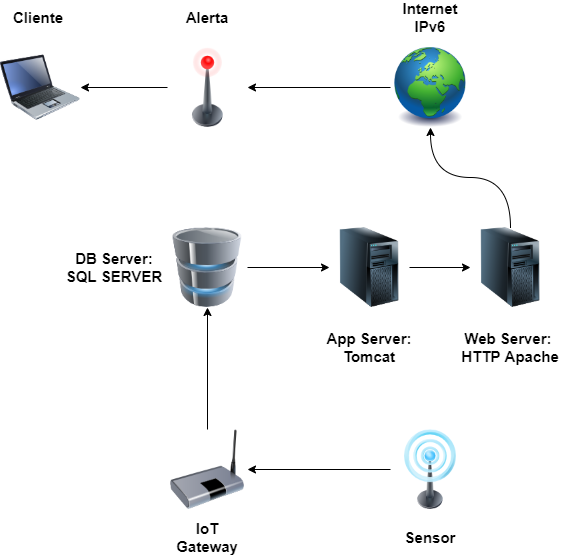
Before: img/A2.3 - 2.5.png, a diagram exported from draw.io (durantrejo/Analisis_Avanzado_Software). Source tidied: cells renumbered, new cells last; positions are measured from the earlier drawing's top-left corner, leaving out a move shared by most shapes. The source it was exported from:
```xml
<mxGraphModel>
  <root>
    <mxCell id="0" />
    <mxCell id="1" parent="0" />
    <mxCell id="2" value="&lt;font style=&quot;font-size: 15px&quot;&gt;&lt;b&gt;Internet IPv6&lt;/b&gt;&lt;/font&gt;" style="text;html=1;strokeColor=none;fillColor=none;align=center;verticalAlign=middle;whiteSpace=wrap;rounded=0;" parent="1" vertex="1">
      <mxGeometry x="390" width="80" height="20" as="geometry" />
    </mxCell>
    <mxCell id="3" value="&lt;b&gt;&lt;font style=&quot;font-size: 15px&quot;&gt;Web Server:&amp;nbsp; HTTP Apache&lt;/font&gt;&lt;/b&gt;" style="text;html=1;strokeColor=none;fillColor=none;align=center;verticalAlign=middle;whiteSpace=wrap;rounded=0;" parent="1" vertex="1">
      <mxGeometry x="460" y="330" width="100" height="20" as="geometry" />
    </mxCell>
    <mxCell id="4" value="&lt;font style=&quot;font-size: 15px&quot;&gt;&lt;b&gt;Alerta&lt;/b&gt;&lt;/font&gt;" style="text;html=1;strokeColor=none;fillColor=none;align=center;verticalAlign=middle;whiteSpace=wrap;rounded=0;" parent="1" vertex="1">
      <mxGeometry x="187" width="40" height="20" as="geometry" />
    </mxCell>
    <mxCell id="5" value="&lt;b&gt;&lt;font style=&quot;font-size: 15px&quot;&gt;Sensor&lt;/font&gt;&lt;/b&gt;" style="text;html=1;strokeColor=none;fillColor=none;align=center;verticalAlign=middle;whiteSpace=wrap;rounded=0;" parent="1" vertex="1">
      <mxGeometry x="395" y="520" width="70" height="20" as="geometry" />
    </mxCell>
    <mxCell id="6" value="&lt;font style=&quot;font-size: 15px&quot;&gt;&lt;b&gt;Cliente&lt;/b&gt;&lt;/font&gt;" style="text;html=1;strokeColor=none;fillColor=none;align=center;verticalAlign=middle;whiteSpace=wrap;rounded=0;" parent="1" vertex="1">
      <mxGeometry x="18" width="40" height="20" as="geometry" />
    </mxCell>
    <mxCell id="7" value="&lt;font style=&quot;font-size: 15px&quot;&gt;&lt;b&gt;DB Server: SQL SERVER&lt;/b&gt;&lt;/font&gt;" style="text;html=1;strokeColor=none;fillColor=none;align=center;verticalAlign=middle;whiteSpace=wrap;rounded=0;" parent="1" vertex="1">
      <mxGeometry x="58" y="245" width="112" height="30" as="geometry" />
    </mxCell>
    <mxCell id="8" style="edgeStyle=orthogonalEdgeStyle;rounded=0;jettySize=auto;html=1;entryX=0;entryY=0.5;entryDx=0;entryDy=0;" parent="1" edge="1" source="9" target="18">
      <mxGeometry relative="1" as="geometry" />
    </mxCell>
    <mxCell id="9" style="image;html=1;image=img/lib/clip_art/computers/Database_128x128.png;" parent="1" vertex="1">
      <mxGeometry x="167" y="220" width="80" height="80" as="geometry" />
    </mxCell>
    <mxCell id="10" style="edgeStyle=orthogonalEdgeStyle;rounded=0;jettySize=auto;html=1;entryX=0.5;entryY=1;entryDx=0;entryDy=0;" parent="1" edge="1" source="11" target="9">
      <mxGeometry relative="1" as="geometry" />
    </mxCell>
    <mxCell id="11" style="image;html=1;image=img/lib/clip_art/networking/Bridge_128x128.png;" parent="1" vertex="1">
      <mxGeometry x="167" y="422" width="80" height="80" as="geometry" />
    </mxCell>
    <mxCell id="12" style="edgeStyle=orthogonalEdgeStyle;rounded=0;jettySize=auto;html=1;" parent="1" edge="1" source="13" target="11">
      <mxGeometry relative="1" as="geometry" />
    </mxCell>
    <mxCell id="13" style="image;html=1;image=img/lib/clip_art/telecommunication/Signal_tower_on_128x128.png;" parent="1" vertex="1">
      <mxGeometry x="390" y="422" width="80" height="80" as="geometry" />
    </mxCell>
    <mxCell id="14" value="&lt;span style=&quot;font-size: 15px&quot;&gt;&lt;b&gt;IoT Gateway&lt;/b&gt;&lt;/span&gt;" style="text;html=1;strokeColor=none;fillColor=none;align=center;verticalAlign=middle;whiteSpace=wrap;rounded=0;" parent="1" vertex="1">
      <mxGeometry x="172" y="520" width="70" height="20" as="geometry" />
    </mxCell>
    <mxCell id="15" style="edgeStyle=orthogonalEdgeStyle;curved=1;rounded=0;jettySize=auto;html=1;entryX=1;entryY=0.5;entryDx=0;entryDy=0;" parent="1" edge="1" source="16" target="24">
      <mxGeometry relative="1" as="geometry" />
    </mxCell>
    <mxCell id="16" style="image;html=1;image=img/lib/clip_art/general/Earth_globe_128x128.png;" parent="1" vertex="1">
      <mxGeometry x="390" y="40" width="80" height="80" as="geometry" />
    </mxCell>
    <mxCell id="17" style="edgeStyle=orthogonalEdgeStyle;rounded=0;jettySize=auto;html=1;entryX=0;entryY=0.5;entryDx=0;entryDy=0;" parent="1" edge="1" source="18" target="20">
      <mxGeometry relative="1" as="geometry" />
    </mxCell>
    <mxCell id="18" style="image;html=1;image=img/lib/clip_art/computers/Server_Tower_128x128.png;" parent="1" vertex="1">
      <mxGeometry x="329" y="220" width="80" height="80" as="geometry" />
    </mxCell>
    <mxCell id="19" style="edgeStyle=orthogonalEdgeStyle;rounded=0;jettySize=auto;html=1;entryX=0.5;entryY=1;entryDx=0;entryDy=0;curved=1;" parent="1" edge="1" source="20" target="16">
      <mxGeometry relative="1" as="geometry" />
    </mxCell>
    <mxCell id="20" style="image;html=1;image=img/lib/clip_art/computers/Server_Tower_128x128.png;" parent="1" vertex="1">
      <mxGeometry x="470" y="220" width="80" height="80" as="geometry" />
    </mxCell>
    <mxCell id="21" value="&lt;b&gt;&lt;font style=&quot;font-size: 15px&quot;&gt;App Server: Tomcat&lt;/font&gt;&lt;/b&gt;" style="text;html=1;strokeColor=none;fillColor=none;align=center;verticalAlign=middle;whiteSpace=wrap;rounded=0;" parent="1" vertex="1">
      <mxGeometry x="319" y="330" width="100" height="20" as="geometry" />
    </mxCell>
    <mxCell id="22" style="image;html=1;image=img/lib/clip_art/computers/Laptop_128x128.png;" parent="1" vertex="1">
      <mxGeometry y="40" width="80" height="80" as="geometry" />
    </mxCell>
    <mxCell id="23" style="edgeStyle=orthogonalEdgeStyle;curved=1;rounded=0;jettySize=auto;html=1;entryX=1;entryY=0.5;entryDx=0;entryDy=0;" parent="1" edge="1" source="24" target="22">
      <mxGeometry relative="1" as="geometry" />
    </mxCell>
    <mxCell id="24" style="image;html=1;image=img/lib/clip_art/telecommunication/Signal_tower_off_128x128.png;" parent="1" vertex="1">
      <mxGeometry x="167" y="40" width="80" height="80" as="geometry" />
    </mxCell>
  </root>
</mxGraphModel>
```
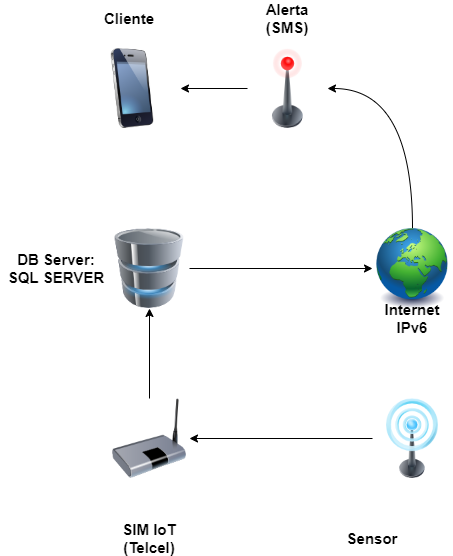
After the change.

Diff of the diagram source:
```diff
@@ -3,24 +3,21 @@
     <mxCell id="0" />
     <mxCell id="1" parent="0" />
     <mxCell id="2" value="&lt;font style=&quot;font-size: 15px&quot;&gt;&lt;b&gt;Internet IPv6&lt;/b&gt;&lt;/font&gt;" style="text;html=1;strokeColor=none;fillColor=none;align=center;verticalAlign=middle;whiteSpace=wrap;rounded=0;" parent="1" vertex="1">
-      <mxGeometry x="390" width="80" height="20" as="geometry" />
+      <mxGeometry x="430" y="300" width="80" height="20" as="geometry" />
     </mxCell>
-    <mxCell id="3" value="&lt;b&gt;&lt;font style=&quot;font-size: 15px&quot;&gt;Web Server:&amp;nbsp; HTTP Apache&lt;/font&gt;&lt;/b&gt;" style="text;html=1;strokeColor=none;fillColor=none;align=center;verticalAlign=middle;whiteSpace=wrap;rounded=0;" parent="1" vertex="1">
-      <mxGeometry x="460" y="330" width="100" height="20" as="geometry" />
-    </mxCell>
-    <mxCell id="4" value="&lt;font style=&quot;font-size: 15px&quot;&gt;&lt;b&gt;Alerta&lt;/b&gt;&lt;/font&gt;" style="text;html=1;strokeColor=none;fillColor=none;align=center;verticalAlign=middle;whiteSpace=wrap;rounded=0;" parent="1" vertex="1">
-      <mxGeometry x="187" width="40" height="20" as="geometry" />
+    <mxCell id="4" value="&lt;font style=&quot;font-size: 15px&quot;&gt;&lt;b&gt;Alerta (SMS)&lt;/b&gt;&lt;/font&gt;" style="text;html=1;strokeColor=none;fillColor=none;align=center;verticalAlign=middle;whiteSpace=wrap;rounded=0;" parent="1" vertex="1">
+      <mxGeometry x="325" width="40" height="20" as="geometry" />
     </mxCell>
     <mxCell id="5" value="&lt;b&gt;&lt;font style=&quot;font-size: 15px&quot;&gt;Sensor&lt;/font&gt;&lt;/b&gt;" style="text;html=1;strokeColor=none;fillColor=none;align=center;verticalAlign=middle;whiteSpace=wrap;rounded=0;" parent="1" vertex="1">
       <mxGeometry x="395" y="520" width="70" height="20" as="geometry" />
     </mxCell>
     <mxCell id="6" value="&lt;font style=&quot;font-size: 15px&quot;&gt;&lt;b&gt;Cliente&lt;/b&gt;&lt;/font&gt;" style="text;html=1;strokeColor=none;fillColor=none;align=center;verticalAlign=middle;whiteSpace=wrap;rounded=0;" parent="1" vertex="1">
-      <mxGeometry x="18" width="40" height="20" as="geometry" />
+      <mxGeometry x="167" width="40" height="20" as="geometry" />
     </mxCell>
     <mxCell id="7" value="&lt;font style=&quot;font-size: 15px&quot;&gt;&lt;b&gt;DB Server: SQL SERVER&lt;/b&gt;&lt;/font&gt;" style="text;html=1;strokeColor=none;fillColor=none;align=center;verticalAlign=middle;whiteSpace=wrap;rounded=0;" parent="1" vertex="1">
       <mxGeometry x="58" y="245" width="112" height="30" as="geometry" />
     </mxCell>
-    <mxCell id="8" style="edgeStyle=orthogonalEdgeStyle;rounded=0;jettySize=auto;html=1;entryX=0;entryY=0.5;entryDx=0;entryDy=0;" parent="1" edge="1" source="9" target="18">
+    <mxCell id="8" style="edgeStyle=orthogonalEdgeStyle;rounded=0;jettySize=auto;html=1;entryX=0;entryY=0.5;entryDx=0;entryDy=0;" parent="1" edge="1" source="9" target="16">
       <mxGeometry relative="1" as="geometry" />
     </mxCell>
     <mxCell id="9" style="image;html=1;image=img/lib/clip_art/computers/Database_128x128.png;" parent="1" vertex="1">
@@ -30,46 +27,33 @@
       <mxGeometry relative="1" as="geometry" />
     </mxCell>
     <mxCell id="11" style="image;html=1;image=img/lib/clip_art/networking/Bridge_128x128.png;" parent="1" vertex="1">
-      <mxGeometry x="167" y="422" width="80" height="80" as="geometry" />
+      <mxGeometry x="167" y="390" width="80" height="80" as="geometry" />
     </mxCell>
     <mxCell id="12" style="edgeStyle=orthogonalEdgeStyle;rounded=0;jettySize=auto;html=1;" parent="1" edge="1" source="13" target="11">
       <mxGeometry relative="1" as="geometry" />
     </mxCell>
     <mxCell id="13" style="image;html=1;image=img/lib/clip_art/telecommunication/Signal_tower_on_128x128.png;" parent="1" vertex="1">
-      <mxGeometry x="390" y="422" width="80" height="80" as="geometry" />
+      <mxGeometry x="430" y="390" width="80" height="80" as="geometry" />
     </mxCell>
-    <mxCell id="14" value="&lt;span style=&quot;font-size: 15px&quot;&gt;&lt;b&gt;IoT Gateway&lt;/b&gt;&lt;/span&gt;" style="text;html=1;strokeColor=none;fillColor=none;align=center;verticalAlign=middle;whiteSpace=wrap;rounded=0;" parent="1" vertex="1">
-      <mxGeometry x="172" y="520" width="70" height="20" as="geometry" />
+    <mxCell id="14" value="&lt;span style=&quot;font-size: 15px&quot;&gt;&lt;b&gt;SIM IoT (Telcel)&lt;/b&gt;&lt;/span&gt;" style="text;html=1;strokeColor=none;fillColor=none;align=center;verticalAlign=middle;whiteSpace=wrap;rounded=0;" parent="1" vertex="1">
+      <mxGeometry x="158" y="520" width="98" height="20" as="geometry" />
     </mxCell>
-    <mxCell id="15" style="edgeStyle=orthogonalEdgeStyle;curved=1;rounded=0;jettySize=auto;html=1;entryX=1;entryY=0.5;entryDx=0;entryDy=0;" parent="1" edge="1" source="16" target="24">
+    <mxCell id="15" style="edgeStyle=orthogonalEdgeStyle;curved=1;rounded=0;jettySize=auto;html=1;entryX=1;entryY=0.5;entryDx=0;entryDy=0;exitX=0.5;exitY=0;exitDx=0;exitDy=0;" parent="1" edge="1" source="16" target="24">
       <mxGeometry relative="1" as="geometry" />
     </mxCell>
     <mxCell id="16" style="image;html=1;image=img/lib/clip_art/general/Earth_globe_128x128.png;" parent="1" vertex="1">
-      <mxGeometry x="390" y="40" width="80" height="80" as="geometry" />
+      <mxGeometry x="430" y="220" width="80" height="80" as="geometry" />
     </mxCell>
-    <mxCell id="17" style="edgeStyle=orthogonalEdgeStyle;rounded=0;jettySize=auto;html=1;entryX=0;entryY=0.5;entryDx=0;entryDy=0;" parent="1" edge="1" source="18" target="20">
-      <mxGeometry relative="1" as="geometry" />
-    </mxCell>
-    <mxCell id="18" style="image;html=1;image=img/lib/clip_art/computers/Server_Tower_128x128.png;" parent="1" vertex="1">
-      <mxGeometry x="329" y="220" width="80" height="80" as="geometry" />
-    </mxCell>
-    <mxCell id="19" style="edgeStyle=orthogonalEdgeStyle;rounded=0;jettySize=auto;html=1;entryX=0.5;entryY=1;entryDx=0;entryDy=0;curved=1;" parent="1" edge="1" source="20" target="16">
-      <mxGeometry relative="1" as="geometry" />
-    </mxCell>
-    <mxCell id="20" style="image;html=1;image=img/lib/clip_art/computers/Server_Tower_128x128.png;" parent="1" vertex="1">
-      <mxGeometry x="470" y="220" width="80" height="80" as="geometry" />
-    </mxCell>
-    <mxCell id="21" value="&lt;b&gt;&lt;font style=&quot;font-size: 15px&quot;&gt;App Server: Tomcat&lt;/font&gt;&lt;/b&gt;" style="text;html=1;strokeColor=none;fillColor=none;align=center;verticalAlign=middle;whiteSpace=wrap;rounded=0;" parent="1" vertex="1">
-      <mxGeometry x="319" y="330" width="100" height="20" as="geometry" />
-    </mxCell>
-    <mxCell id="22" style="image;html=1;image=img/lib/clip_art/computers/Laptop_128x128.png;" parent="1" vertex="1">
-      <mxGeometry y="40" width="80" height="80" as="geometry" />
-    </mxCell>
-    <mxCell id="23" style="edgeStyle=orthogonalEdgeStyle;curved=1;rounded=0;jettySize=auto;html=1;entryX=1;entryY=0.5;entryDx=0;entryDy=0;" parent="1" edge="1" source="24" target="22">
-      <mxGeometry relative="1" as="geometry" />
+    <mxCell id="23" style="edgeStyle=orthogonalEdgeStyle;curved=1;rounded=0;jettySize=auto;html=1;entryX=1;entryY=0.5;entryDx=0;entryDy=0;" parent="1" edge="1" source="24">
+      <mxGeometry relative="1" as="geometry">
+        <mxPoint x="238" y="80" as="targetPoint" />
+      </mxGeometry>
     </mxCell>
     <mxCell id="24" style="image;html=1;image=img/lib/clip_art/telecommunication/Signal_tower_off_128x128.png;" parent="1" vertex="1">
-      <mxGeometry x="167" y="40" width="80" height="80" as="geometry" />
+      <mxGeometry x="305" y="40" width="80" height="80" as="geometry" />
     </mxCell>
+    <mxCell id="25" style="image;html=1;image=img/lib/clip_art/telecommunication/iPhone_128x128.png;" parent="1" vertex="1">
+      <mxGeometry x="150" y="40" width="80" height="80" as="geometry" />
+    </mxCell>
   </root>
 </mxGraphModel>
```
